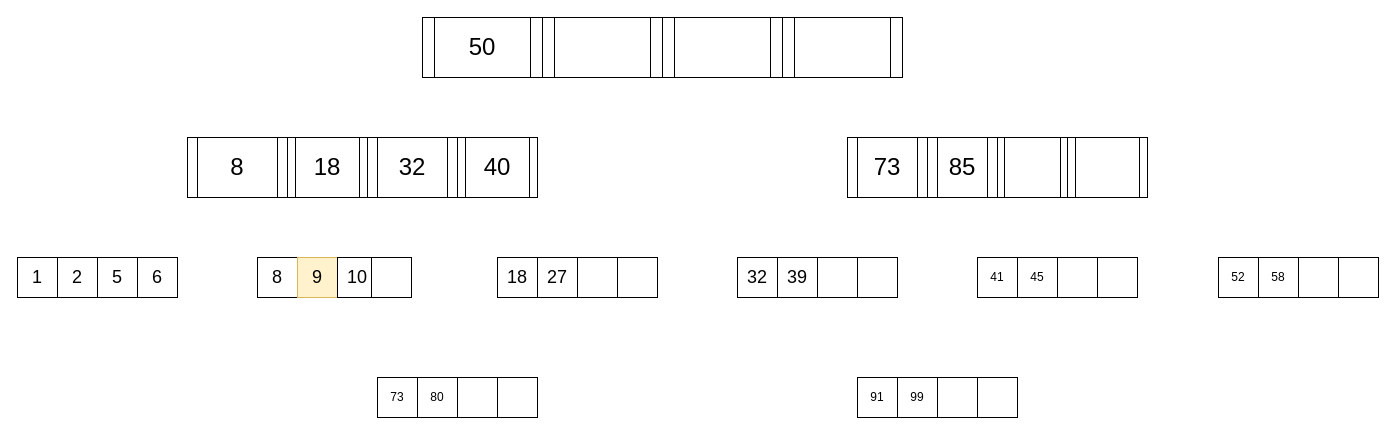
This is page "Page-3" (3 of 8) of Untitled Diagram.drawio from Bibi2002/Proekt, a draw.io file, before an edit. Source tidied: cells renumbered, new cells numbered last; positions are measured from the earlier drawing's top-left corner, leaving out a move shared by most shapes. Both pictures are drawn from the tidied source at 100%, with x=0, y=0 at pixel (17, 17).
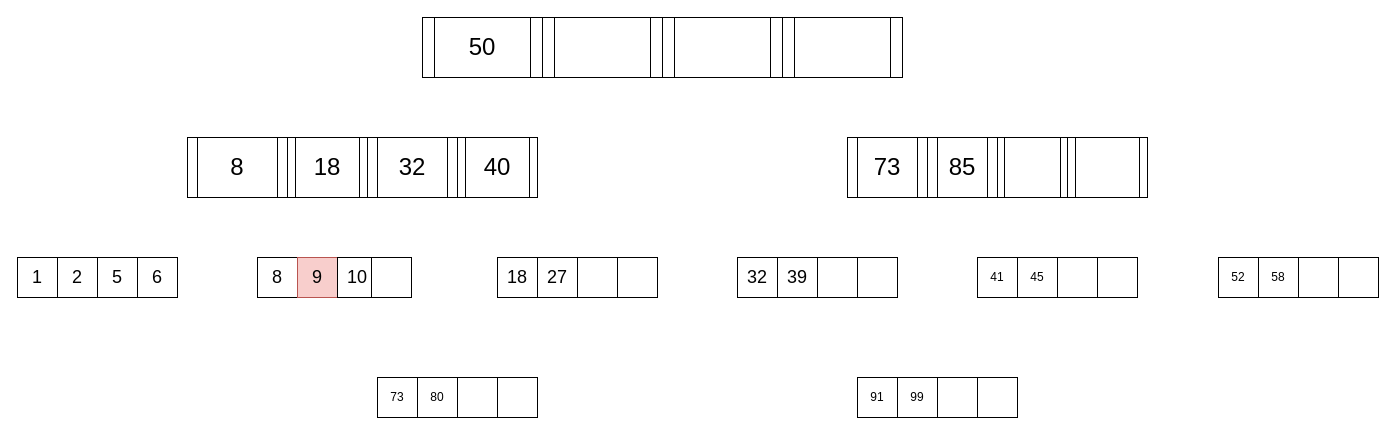
After the change.

Change to the diagram source:
```diff
@@
-    <mxCell id="23" value="&lt;font style=&quot;font-size: 18px&quot;&gt;9&lt;/font&gt;" style="rounded=0;whiteSpace=wrap;html=1;hachureGap=4;align=center;fillColor=#fff2cc;strokeColor=#d6b656;" parent="1" vertex="1">
+    <mxCell id="23" value="&lt;font style=&quot;font-size: 18px&quot;&gt;9&lt;/font&gt;" style="rounded=0;whiteSpace=wrap;html=1;hachureGap=4;align=center;fillColor=#f8cecc;strokeColor=#b85450;" parent="1" vertex="1">
       <mxGeometry x="280" y="240" width="40" height="40" as="geometry" />
     </mxCell>
```
